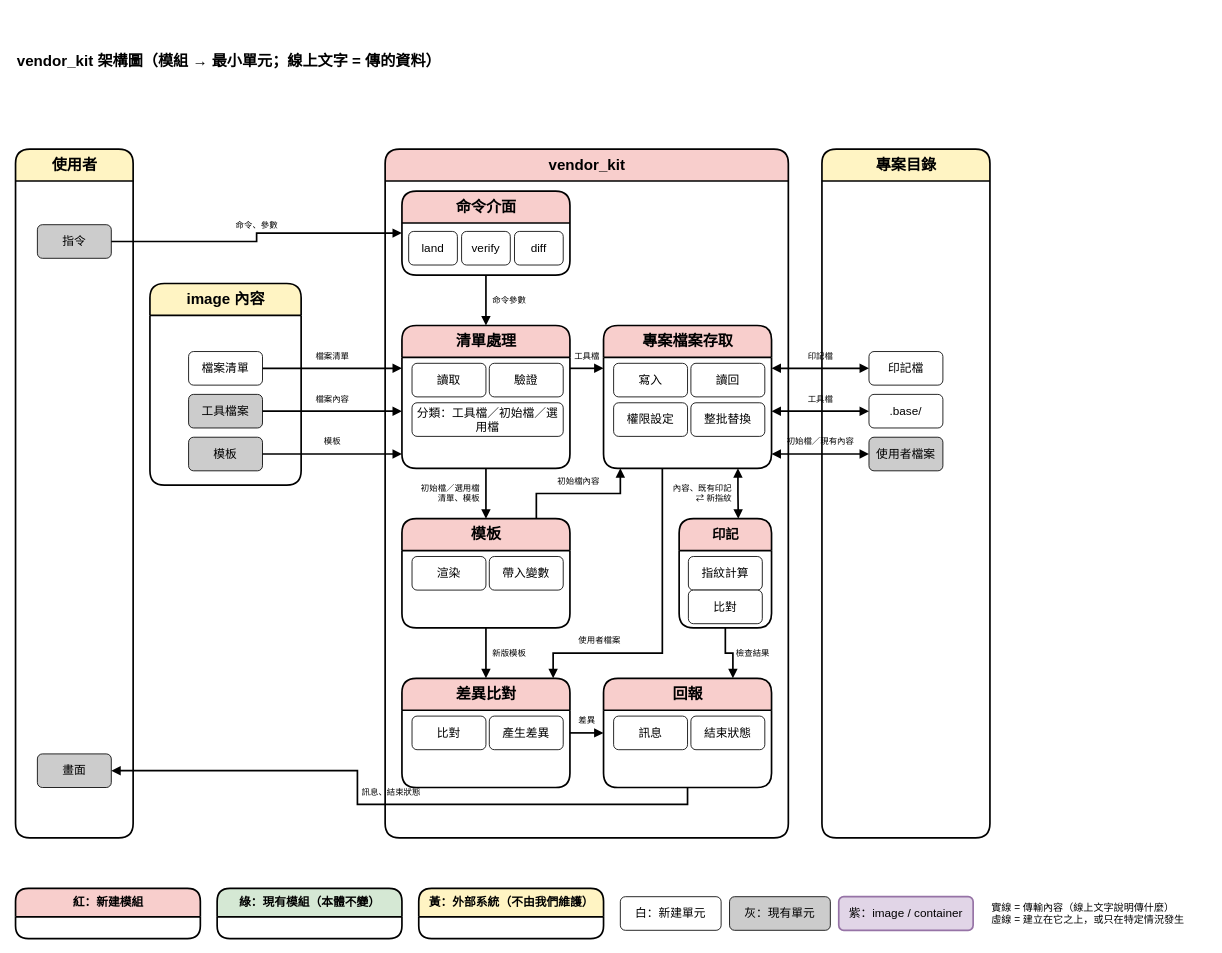
Before: page "1. vendor_kit 架構圖" (1 of 7) of dist_distribution.drawio in ycpss91255-research/vendor_kit, a draw.io diagram. Source tidied: cells renumbered, new cells numbered last; positions are measured from the earlier drawing's top-left corner, leaving out a move shared by most shapes. Both pictures are drawn from the tidied source at 84%, with x=0, y=0 at pixel (15, 48).
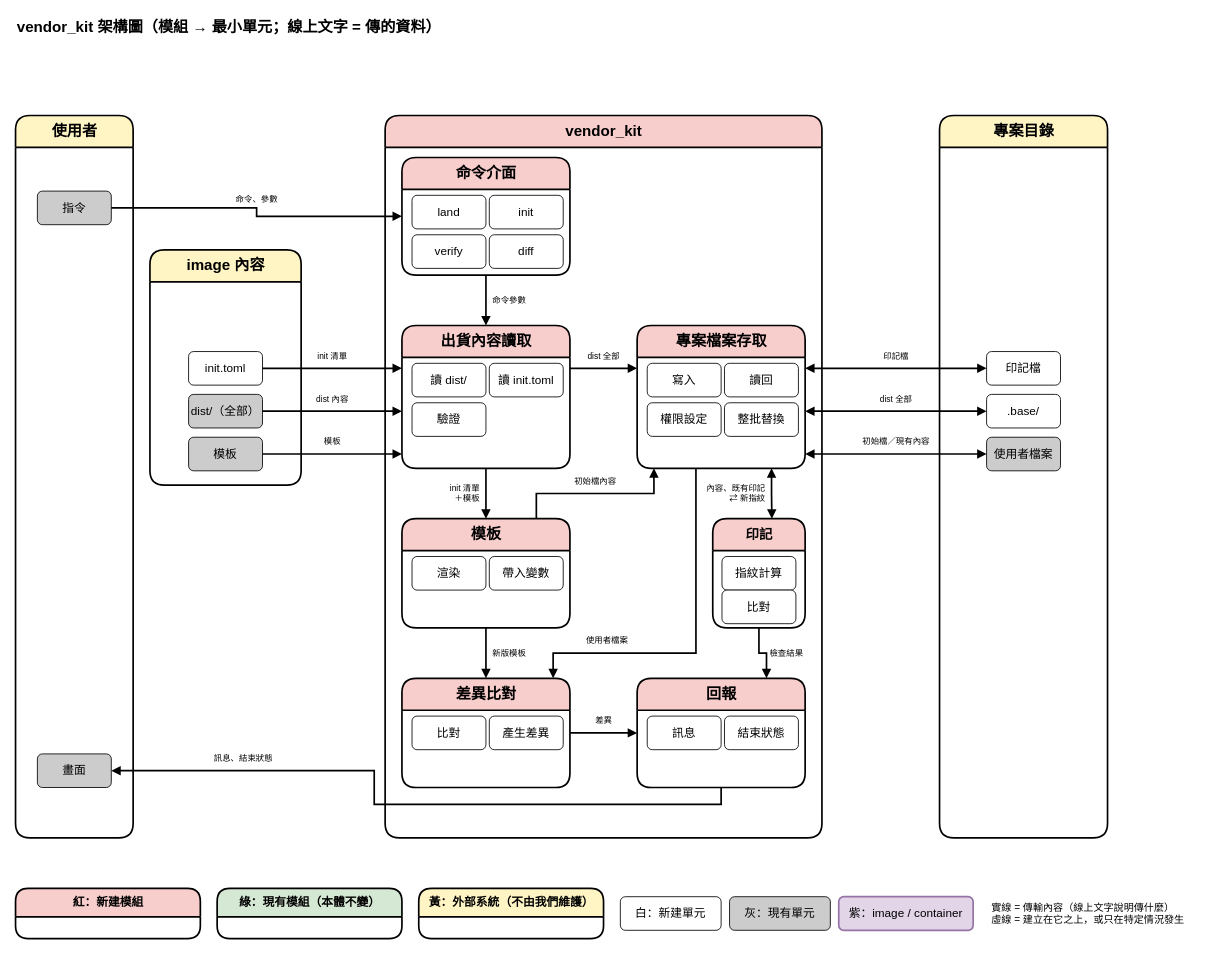
Above is the later version.

Change to the diagram source:
```diff
@@
     <mxCell id="2" value="vendor_kit 架構圖（模組 → 最小單元；線上文字 = 傳的資料）" style="text;html=1;fontSize=18;fontStyle=1;align=left;verticalAlign=middle;" parent="1" vertex="1">
-      <mxGeometry width="900" height="30" as="geometry" />
+      <mxGeometry y="-40" width="900" height="30" as="geometry" />
     </mxCell>
     <mxCell id="3" value="使用者" style="swimlane;html=1;rounded=1;startSize=38;fontStyle=1;fontSize=18;fillColor=#FFF4C3;swimlaneFillColor=#ffffff;strokeColor=#000000;strokeWidth=2;" parent="1" vertex="1">
-      <mxGeometry y="120" width="140" height="820" as="geometry" />
+      <mxGeometry y="80" width="140" height="860" as="geometry" />
     </mxCell>
@@
     <mxCell id="5" value="畫面" style="rounded=1;whiteSpace=wrap;html=1;fillColor=#CCCCCC;strokeColor=light-dark(#000000,#9577A3);fontSize=14;strokeWidth=1;" parent="3" vertex="1">
-      <mxGeometry x="26" y="720" width="88" height="40" as="geometry" />
+      <mxGeometry x="26" y="760" width="88" height="40" as="geometry" />
     </mxCell>
     <mxCell id="6" value="image 內容" style="swimlane;html=1;rounded=1;startSize=38;fontStyle=1;fontSize=18;fillColor=#FFF4C3;swimlaneFillColor=#ffffff;strokeColor=#000000;strokeWidth=2;" parent="1" vertex="1">
-      <mxGeometry x="160" y="280" width="180" height="240" as="geometry" />
+      <mxGeometry x="160" y="240" width="180" height="280" as="geometry" />
     </mxCell>
-    <mxCell id="7" value="檔案清單" style="rounded=1;whiteSpace=wrap;html=1;fillColor=#ffffff;strokeColor=light-dark(#000000,#9577A3);fontSize=14;strokeWidth=1;" parent="6" vertex="1">
-      <mxGeometry x="46" y="81" width="88" height="40" as="geometry" />
+    <mxCell id="7" value="init.toml" style="rounded=1;whiteSpace=wrap;html=1;fillColor=#ffffff;strokeColor=light-dark(#000000,#9577A3);fontSize=14;strokeWidth=1;" parent="6" vertex="1">
+      <mxGeometry x="46" y="121" width="88" height="40" as="geometry" />
     </mxCell>
-    <mxCell id="8" value="工具檔案" style="rounded=1;whiteSpace=wrap;html=1;fillColor=#CCCCCC;strokeColor=light-dark(#000000,#9577A3);fontSize=14;strokeWidth=1;" parent="6" vertex="1">
-      <mxGeometry x="46" y="132" width="88" height="40" as="geometry" />
+    <mxCell id="8" value="dist/（全部）" style="rounded=1;whiteSpace=wrap;html=1;fillColor=#CCCCCC;strokeColor=light-dark(#000000,#9577A3);fontSize=14;strokeWidth=1;" parent="6" vertex="1">
+      <mxGeometry x="46" y="172" width="88" height="40" as="geometry" />
     </mxCell>
     <mxCell id="9" value="模板" style="rounded=1;whiteSpace=wrap;html=1;fillColor=#CCCCCC;strokeColor=light-dark(#000000,#9577A3);fontSize=14;strokeWidth=1;" parent="6" vertex="1">
-      <mxGeometry x="46" y="183" width="88" height="40" as="geometry" />
+      <mxGeometry x="46" y="223" width="88" height="40" as="geometry" />
     </mxCell>
     <mxCell id="10" value="vendor_kit" style="swimlane;html=1;rounded=1;startSize=38;fontStyle=1;fontSize=18;fillColor=#f8cecc;swimlaneFillColor=#ffffff;strokeColor=#000000;strokeWidth=2;" parent="1" vertex="1">
-      <mxGeometry x="440" y="120" width="480" height="820" as="geometry" />
+      <mxGeometry x="440" y="80" width="520" height="860" as="geometry" />
     </mxCell>
     <mxCell id="11" value="命令介面" style="swimlane;html=1;rounded=1;startSize=38;fontStyle=1;fontSize=18;fillColor=#f8cecc;swimlaneFillColor=#ffffff;strokeColor=#000000;strokeWidth=2;" parent="10" vertex="1">
-      <mxGeometry x="20" y="50" width="200" height="100" as="geometry" />
+      <mxGeometry x="20" y="50" width="200" height="140" as="geometry" />
     </mxCell>
     <mxCell id="12" value="land" style="rounded=1;whiteSpace=wrap;html=1;fillColor=#ffffff;strokeColor=light-dark(#000000,#9577A3);fontSize=14;strokeWidth=1;" parent="11" vertex="1">
-      <mxGeometry x="8" y="48" width="58" height="40" as="geometry" />
+      <mxGeometry x="12" y="45" width="88" height="40" as="geometry" />
     </mxCell>
+    <mxCell id="64" value="init" style="rounded=1;whiteSpace=wrap;html=1;fillColor=#ffffff;strokeColor=light-dark(#000000,#9577A3);fontSize=14;strokeWidth=1;" parent="11" vertex="1">
+      <mxGeometry x="104" y="45" width="88" height="40" as="geometry" />
+    </mxCell>
     <mxCell id="13" value="verify" style="rounded=1;whiteSpace=wrap;html=1;fillColor=#ffffff;strokeColor=light-dark(#000000,#9577A3);fontSize=14;strokeWidth=1;" parent="11" vertex="1">
-      <mxGeometry x="71" y="48" width="58" height="40" as="geometry" />
+      <mxGeometry x="12" y="92" width="88" height="40" as="geometry" />
     </mxCell>
     <mxCell id="14" value="diff" style="rounded=1;whiteSpace=wrap;html=1;fillColor=#ffffff;strokeColor=light-dark(#000000,#9577A3);fontSize=14;strokeWidth=1;" parent="11" vertex="1">
-      <mxGeometry x="134" y="48" width="58" height="40" as="geometry" />
+      <mxGeometry x="104" y="92" width="88" height="40" as="geometry" />
     </mxCell>
-    <mxCell id="15" value="清單處理" style="swimlane;html=1;rounded=1;startSize=38;fontStyle=1;fontSize=18;fillColor=#f8cecc;swimlaneFillColor=#ffffff;strokeColor=#000000;strokeWidth=2;" parent="10" vertex="1">
-      <mxGeometry x="20" y="210" width="200" height="170" as="geometry" />
+    <mxCell id="15" value="出貨內容讀取" style="swimlane;html=1;rounded=1;startSize=38;fontStyle=1;fontSize=18;fillColor=#f8cecc;swimlaneFillColor=#ffffff;strokeColor=#000000;strokeWidth=2;" parent="10" vertex="1">
+      <mxGeometry x="20" y="250" width="200" height="170" as="geometry" />
     </mxCell>
-    <mxCell id="16" value="讀取" style="rounded=1;whiteSpace=wrap;html=1;fillColor=#ffffff;strokeColor=light-dark(#000000,#9577A3);fontSize=14;strokeWidth=1;" parent="15" vertex="1">
+    <mxCell id="16" value="讀 dist/" style="rounded=1;whiteSpace=wrap;html=1;fillColor=#ffffff;strokeColor=light-dark(#000000,#9577A3);fontSize=14;strokeWidth=1;" parent="15" vertex="1">
       <mxGeometry x="12" y="45" width="88" height="40" as="geometry" />
     </mxCell>
-    <mxCell id="17" value="驗證" style="rounded=1;whiteSpace=wrap;html=1;fillColor=#ffffff;strokeColor=light-dark(#000000,#9577A3);fontSize=14;strokeWidth=1;" parent="15" vertex="1">
+    <mxCell id="17" value="讀 init.toml" style="rounded=1;whiteSpace=wrap;html=1;fillColor=#ffffff;strokeColor=light-dark(#000000,#9577A3);fontSize=14;strokeWidth=1;" parent="15" vertex="1">
       <mxGeometry x="104" y="45" width="88" height="40" as="geometry" />
     </mxCell>
-    <mxCell id="18" value="分類：工具檔／初始檔／選用檔" style="rounded=1;whiteSpace=wrap;html=1;fillColor=#ffffff;strokeColor=light-dark(#000000,#9577A3);fontSize=14;strokeWidth=1;" parent="15" vertex="1">
-      <mxGeometry x="12" y="92" width="180" height="40" as="geometry" />
+    <mxCell id="18" value="驗證" style="rounded=1;whiteSpace=wrap;html=1;fillColor=#ffffff;strokeColor=light-dark(#000000,#9577A3);fontSize=14;strokeWidth=1;" parent="15" vertex="1">
+      <mxGeometry x="12" y="92" width="88" height="40" as="geometry" />
     </mxCell>
     <mxCell id="19" value="模板" style="swimlane;html=1;rounded=1;startSize=38;fontStyle=1;fontSize=18;fillColor=#f8cecc;swimlaneFillColor=#ffffff;strokeColor=#000000;strokeWidth=2;" parent="10" vertex="1">
-      <mxGeometry x="20" y="440" width="200" height="130" as="geometry" />
+      <mxGeometry x="20" y="480" width="200" height="130" as="geometry" />
     </mxCell>
@@
     <mxCell id="22" value="差異比對" style="swimlane;html=1;rounded=1;startSize=38;fontStyle=1;fontSize=18;fillColor=#f8cecc;swimlaneFillColor=#ffffff;strokeColor=#000000;strokeWidth=2;" parent="10" vertex="1">
-      <mxGeometry x="20" y="630" width="200" height="130" as="geometry" />
+      <mxGeometry x="20" y="670" width="200" height="130" as="geometry" />
     </mxCell>
@@
     <mxCell id="25" value="專案檔案存取" style="swimlane;html=1;rounded=1;startSize=38;fontStyle=1;fontSize=18;fillColor=#f8cecc;swimlaneFillColor=#ffffff;strokeColor=#000000;strokeWidth=2;" parent="10" vertex="1">
-      <mxGeometry x="260" y="210" width="200" height="170" as="geometry" />
+      <mxGeometry x="300" y="250" width="200" height="170" as="geometry" />
     </mxCell>
@@
     <mxCell id="30" value="印記" style="swimlane;html=1;rounded=1;startSize=38;fontStyle=1;fontSize=16;fillColor=#f8cecc;swimlaneFillColor=#ffffff;strokeColor=#000000;strokeWidth=2;" parent="10" vertex="1">
-      <mxGeometry x="350" y="440" width="110" height="130" as="geometry" />
+      <mxGeometry x="390" y="480" width="110" height="130" as="geometry" />
     </mxCell>
@@
     <mxCell id="33" value="回報" style="swimlane;html=1;rounded=1;startSize=38;fontStyle=1;fontSize=18;fillColor=#f8cecc;swimlaneFillColor=#ffffff;strokeColor=#000000;strokeWidth=2;" parent="10" vertex="1">
-      <mxGeometry x="260" y="630" width="200" height="130" as="geometry" />
+      <mxGeometry x="300" y="670" width="200" height="130" as="geometry" />
     </mxCell>
@@
     <mxCell id="36" value="專案目錄" style="swimlane;html=1;rounded=1;startSize=38;fontStyle=1;fontSize=18;fillColor=#FFF4C3;swimlaneFillColor=#ffffff;strokeColor=#000000;strokeWidth=2;" parent="1" vertex="1">
-      <mxGeometry x="960" y="120" width="200" height="820" as="geometry" />
+      <mxGeometry x="1100" y="80" width="200" height="860" as="geometry" />
     </mxCell>
     <mxCell id="37" value="印記檔" style="rounded=1;whiteSpace=wrap;html=1;fillColor=#ffffff;strokeColor=light-dark(#000000,#9577A3);fontSize=14;strokeWidth=1;" parent="36" vertex="1">
-      <mxGeometry x="56" y="241" width="88" height="40" as="geometry" />
+      <mxGeometry x="56" y="281" width="88" height="40" as="geometry" />
     </mxCell>
     <mxCell id="38" value=".base/" style="rounded=1;whiteSpace=wrap;html=1;fillColor=#ffffff;strokeColor=light-dark(#000000,#9577A3);fontSize=14;strokeWidth=1;" parent="36" vertex="1">
-      <mxGeometry x="56" y="292" width="88" height="40" as="geometry" />
+      <mxGeometry x="56" y="332" width="88" height="40" as="geometry" />
     </mxCell>
     <mxCell id="39" value="使用者檔案" style="rounded=1;whiteSpace=wrap;html=1;fillColor=#CCCCCC;strokeColor=light-dark(#000000,#9577A3);fontSize=14;strokeWidth=1;" parent="36" vertex="1">
-      <mxGeometry x="56" y="343" width="88" height="40" as="geometry" />
+      <mxGeometry x="56" y="383" width="88" height="40" as="geometry" />
     </mxCell>
@@
-    <mxCell id="42" value="檔案清單" style="edgeStyle=orthogonalEdgeStyle;rounded=0;jettySize=auto;html=1;strokeColor=default;strokeWidth=2;align=center;verticalAlign=bottom;spacingBottom=6;fontFamily=Helvetica;fontSize=10;fontColor=default;labelBorderColor=none;labelBackgroundColor=none;endArrow=block;endFill=1;exitX=1;exitY=0.5;exitDx=0;exitDy=0;entryX=0;entryY=0.3;entryDx=0;entryDy=0;" parent="1" edge="1" source="7" target="15">
+    <mxCell id="42" value="init 清單" style="edgeStyle=orthogonalEdgeStyle;rounded=0;jettySize=auto;html=1;strokeColor=default;strokeWidth=2;align=center;verticalAlign=bottom;spacingBottom=6;fontFamily=Helvetica;fontSize=10;fontColor=default;labelBorderColor=none;labelBackgroundColor=none;endArrow=block;endFill=1;exitX=1;exitY=0.5;exitDx=0;exitDy=0;entryX=0;entryY=0.3;entryDx=0;entryDy=0;" parent="1" edge="1" source="7" target="15">
       <mxGeometry relative="1" as="geometry" />
     </mxCell>
-    <mxCell id="43" value="檔案內容" style="edgeStyle=orthogonalEdgeStyle;rounded=0;jettySize=auto;html=1;strokeColor=default;strokeWidth=2;align=center;verticalAlign=bottom;spacingBottom=6;fontFamily=Helvetica;fontSize=10;fontColor=default;labelBorderColor=none;labelBackgroundColor=none;endArrow=block;endFill=1;exitX=1;exitY=0.5;exitDx=0;exitDy=0;entryX=0;entryY=0.6;entryDx=0;entryDy=0;" parent="1" edge="1" source="8" target="15">
+    <mxCell id="43" value="dist 內容" style="edgeStyle=orthogonalEdgeStyle;rounded=0;jettySize=auto;html=1;strokeColor=default;strokeWidth=2;align=center;verticalAlign=bottom;spacingBottom=6;fontFamily=Helvetica;fontSize=10;fontColor=default;labelBorderColor=none;labelBackgroundColor=none;endArrow=block;endFill=1;exitX=1;exitY=0.5;exitDx=0;exitDy=0;entryX=0;entryY=0.6;entryDx=0;entryDy=0;" parent="1" edge="1" source="8" target="15">
       <mxGeometry relative="1" as="geometry" />
     </mxCell>
@@
-    <mxCell id="45" value="工具檔" style="edgeStyle=orthogonalEdgeStyle;rounded=0;jettySize=auto;html=1;strokeColor=default;strokeWidth=2;align=center;verticalAlign=bottom;spacingBottom=6;fontFamily=Helvetica;fontSize=10;fontColor=default;labelBorderColor=none;labelBackgroundColor=none;endArrow=block;endFill=1;exitX=1;exitY=0.3;exitDx=0;exitDy=0;entryX=0;entryY=0.3;entryDx=0;entryDy=0;" parent="1" edge="1" source="15" target="25">
+    <mxCell id="45" value="dist 全部" style="edgeStyle=orthogonalEdgeStyle;rounded=0;jettySize=auto;html=1;strokeColor=default;strokeWidth=2;align=center;verticalAlign=bottom;spacingBottom=6;fontFamily=Helvetica;fontSize=10;fontColor=default;labelBorderColor=none;labelBackgroundColor=none;endArrow=block;endFill=1;exitX=1;exitY=0.3;exitDx=0;exitDy=0;entryX=0;entryY=0.3;entryDx=0;entryDy=0;" parent="1" edge="1" source="15" target="25">
       <mxGeometry relative="1" as="geometry" />
     </mxCell>
-    <mxCell id="46" value="初始檔／選用檔&lt;br&gt;清單、模板" style="edgeStyle=orthogonalEdgeStyle;rounded=0;jettySize=auto;html=1;strokeColor=default;strokeWidth=2;align=center;verticalAlign=bottom;spacingBottom=6;fontFamily=Helvetica;fontSize=10;fontColor=default;labelBorderColor=none;labelBackgroundColor=none;endArrow=block;endFill=1;exitX=0.5;exitY=1;exitDx=0;exitDy=0;entryX=0.5;entryY=0;entryDx=0;entryDy=0;align=right;verticalAlign=middle;spacingRight=6;spacingBottom=0;" parent="1" edge="1" source="15" target="19">
+    <mxCell id="46" value="init 清單&lt;br&gt;＋模板" style="edgeStyle=orthogonalEdgeStyle;rounded=0;jettySize=auto;html=1;strokeColor=default;strokeWidth=2;align=center;verticalAlign=bottom;spacingBottom=6;fontFamily=Helvetica;fontSize=10;fontColor=default;labelBorderColor=none;labelBackgroundColor=none;endArrow=block;endFill=1;exitX=0.5;exitY=1;exitDx=0;exitDy=0;entryX=0.5;entryY=0;entryDx=0;entryDy=0;align=right;verticalAlign=middle;spacingRight=6;spacingBottom=0;" parent="1" edge="1" source="15" target="19">
       <mxGeometry relative="1" as="geometry" />
     </mxCell>
@@
-    <mxCell id="50" value="工具檔" style="edgeStyle=orthogonalEdgeStyle;rounded=0;jettySize=auto;html=1;strokeColor=default;strokeWidth=2;align=center;verticalAlign=bottom;spacingBottom=6;fontFamily=Helvetica;fontSize=10;fontColor=default;labelBorderColor=none;labelBackgroundColor=none;endArrow=block;endFill=1;exitX=1;exitY=0.6;exitDx=0;exitDy=0;entryX=0;entryY=0.5;entryDx=0;entryDy=0;startArrow=block;startFill=1;" parent="1" edge="1" source="25" target="38">
+    <mxCell id="50" value="dist 全部" style="edgeStyle=orthogonalEdgeStyle;rounded=0;jettySize=auto;html=1;strokeColor=default;strokeWidth=2;align=center;verticalAlign=bottom;spacingBottom=6;fontFamily=Helvetica;fontSize=10;fontColor=default;labelBorderColor=none;labelBackgroundColor=none;endArrow=block;endFill=1;exitX=1;exitY=0.6;exitDx=0;exitDy=0;entryX=0;entryY=0.5;entryDx=0;entryDy=0;startArrow=block;startFill=1;" parent="1" edge="1" source="25" target="38">
       <mxGeometry relative="1" as="geometry" />
     </mxCell>
@@
     <mxCell id="52" value="使用者檔案" style="edgeStyle=orthogonalEdgeStyle;rounded=0;jettySize=auto;html=1;strokeColor=default;strokeWidth=2;align=center;verticalAlign=bottom;spacingBottom=6;fontFamily=Helvetica;fontSize=10;fontColor=default;labelBorderColor=none;labelBackgroundColor=none;endArrow=block;endFill=1;exitX=0.35;exitY=1;exitDx=0;exitDy=0;entryX=0.9;entryY=0;entryDx=0;entryDy=0;" parent="1" edge="1" source="25" target="22">
       <mxGeometry x="0.55" relative="1" as="geometry">
         <Array as="points">
-          <mxPoint x="770" y="720" />
+          <mxPoint x="810" y="720" />
           <mxPoint x="640" y="720" />
         </Array>
       </mxGeometry>
     </mxCell>
@@
     <mxCell id="56" value="訊息、結束狀態" style="edgeStyle=orthogonalEdgeStyle;rounded=0;jettySize=auto;html=1;strokeColor=default;strokeWidth=2;align=center;verticalAlign=bottom;spacingBottom=6;fontFamily=Helvetica;fontSize=10;fontColor=default;labelBorderColor=none;labelBackgroundColor=none;endArrow=block;endFill=1;exitX=0.5;exitY=1;exitDx=0;exitDy=0;entryX=1;entryY=0.5;entryDx=0;entryDy=0;" parent="1" edge="1" source="33" target="5">
-      <mxGeometry relative="1" as="geometry" />
+      <mxGeometry x="0.6" relative="1" as="geometry" />
     </mxCell>
```
